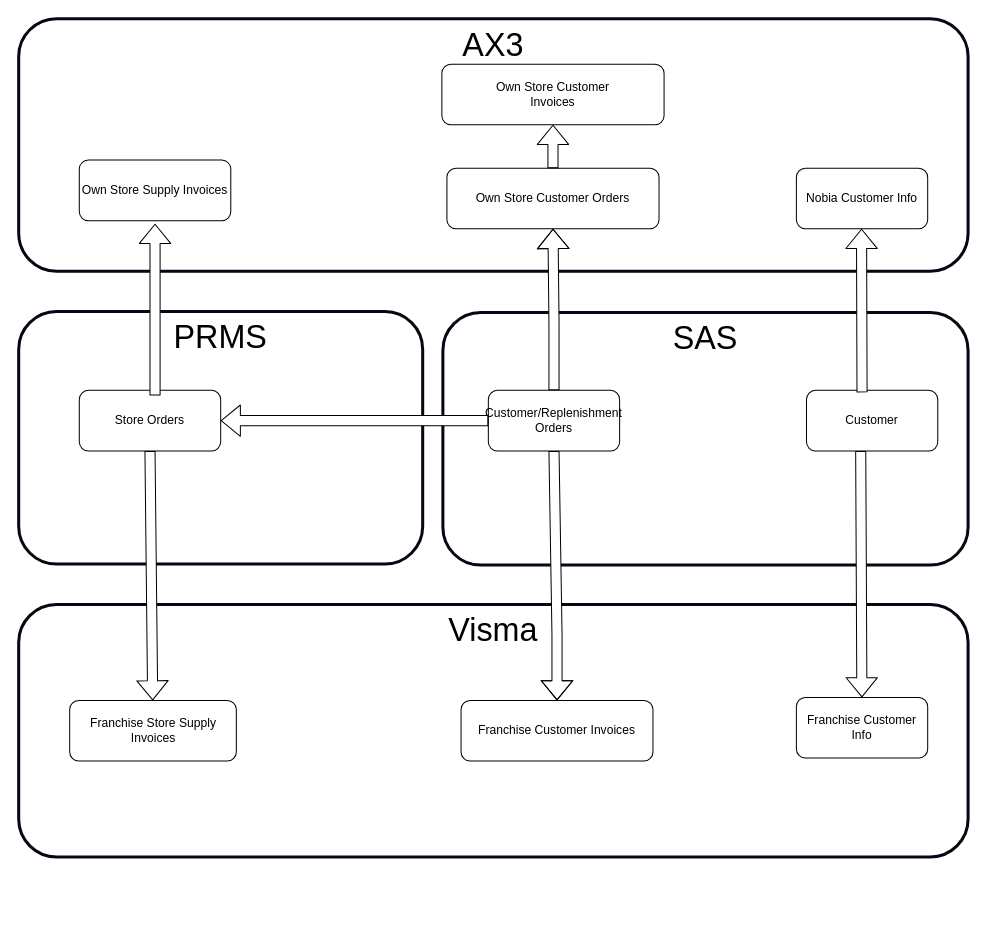
Before: page "Nobia Supply" (1 of 7) of Franchise.drawio in mrf742002/Diagrams, a draw.io diagram. Source tidied: cells renumbered, new cells numbered last; positions are measured from the earlier drawing's top-left corner, leaving out a move shared by most shapes. Both pictures are drawn from the tidied source at 101%, with x=0, y=0 at pixel (18, 18).
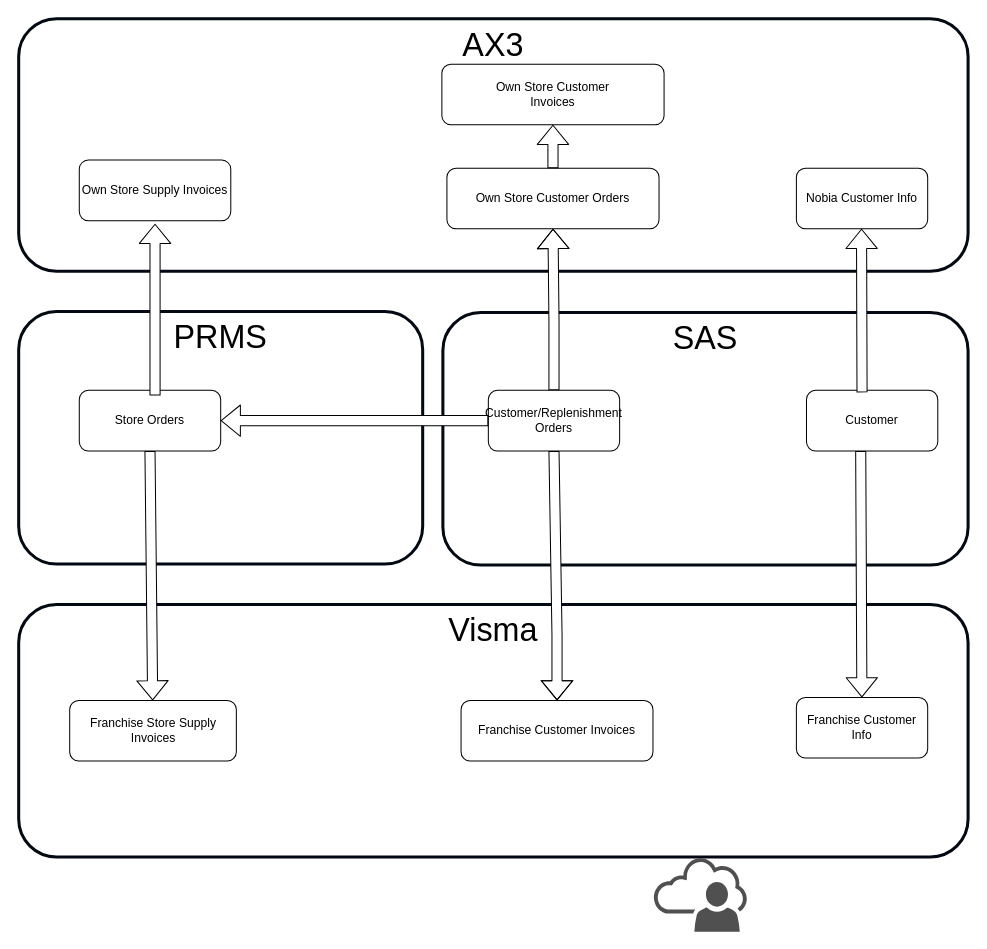
After the change.

Change to the diagram source:
```diff
@@
+    <mxCell id="24" style="shadow=0;dashed=0;html=1;strokeColor=none;fillColor=#505050;labelPosition=center;verticalLabelPosition=bottom;verticalAlign=top;align=center;shape=mxgraph.office.clouds.online_user;" parent="1" vertex="1">
+      <mxGeometry x="628" y="830" width="93" height="74" as="geometry" />
+    </mxCell>
```
